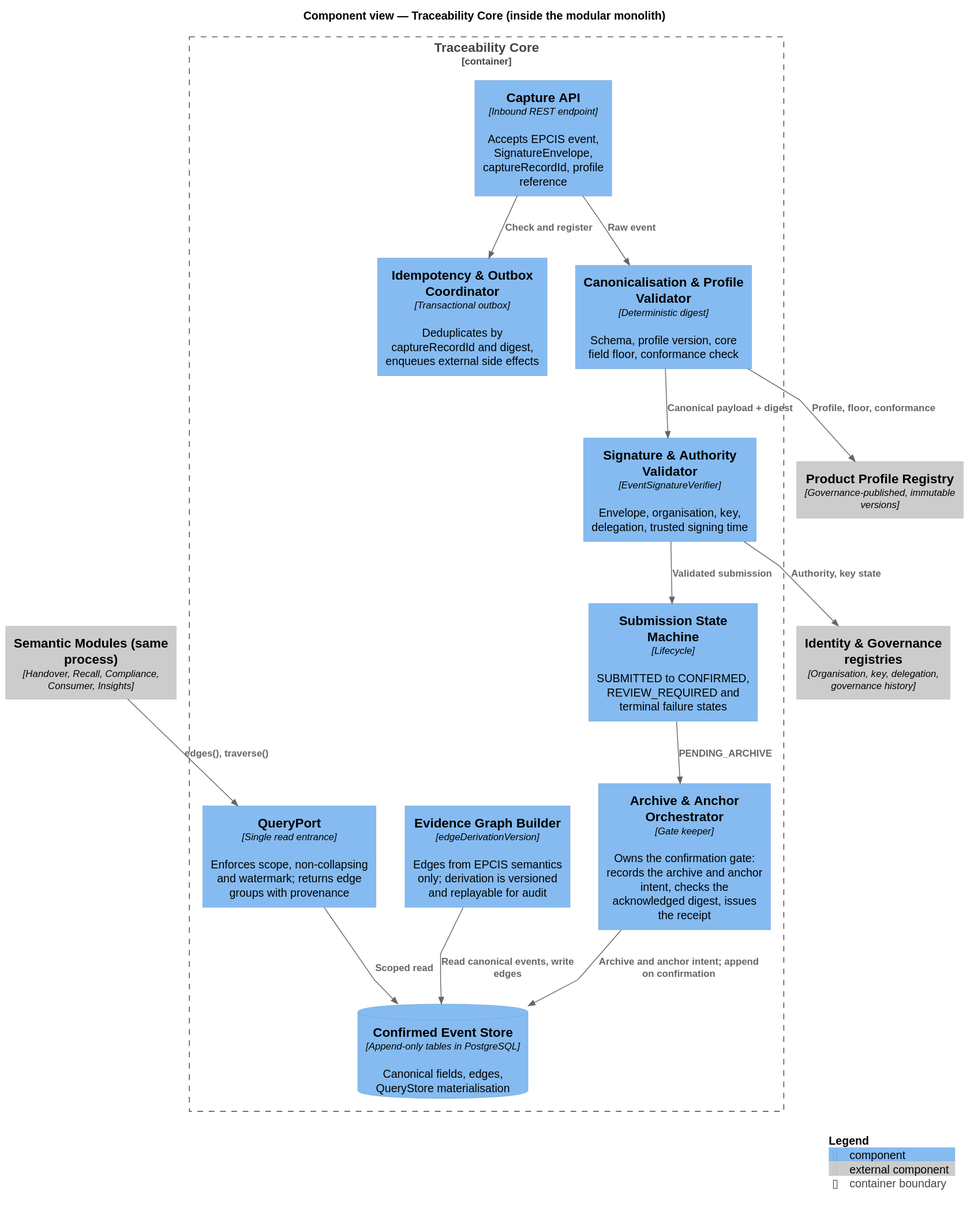
Before: docs/public/diagrams/core-component.svg, a diagram exported from PlantUML (kuangshen04/48433assignment).
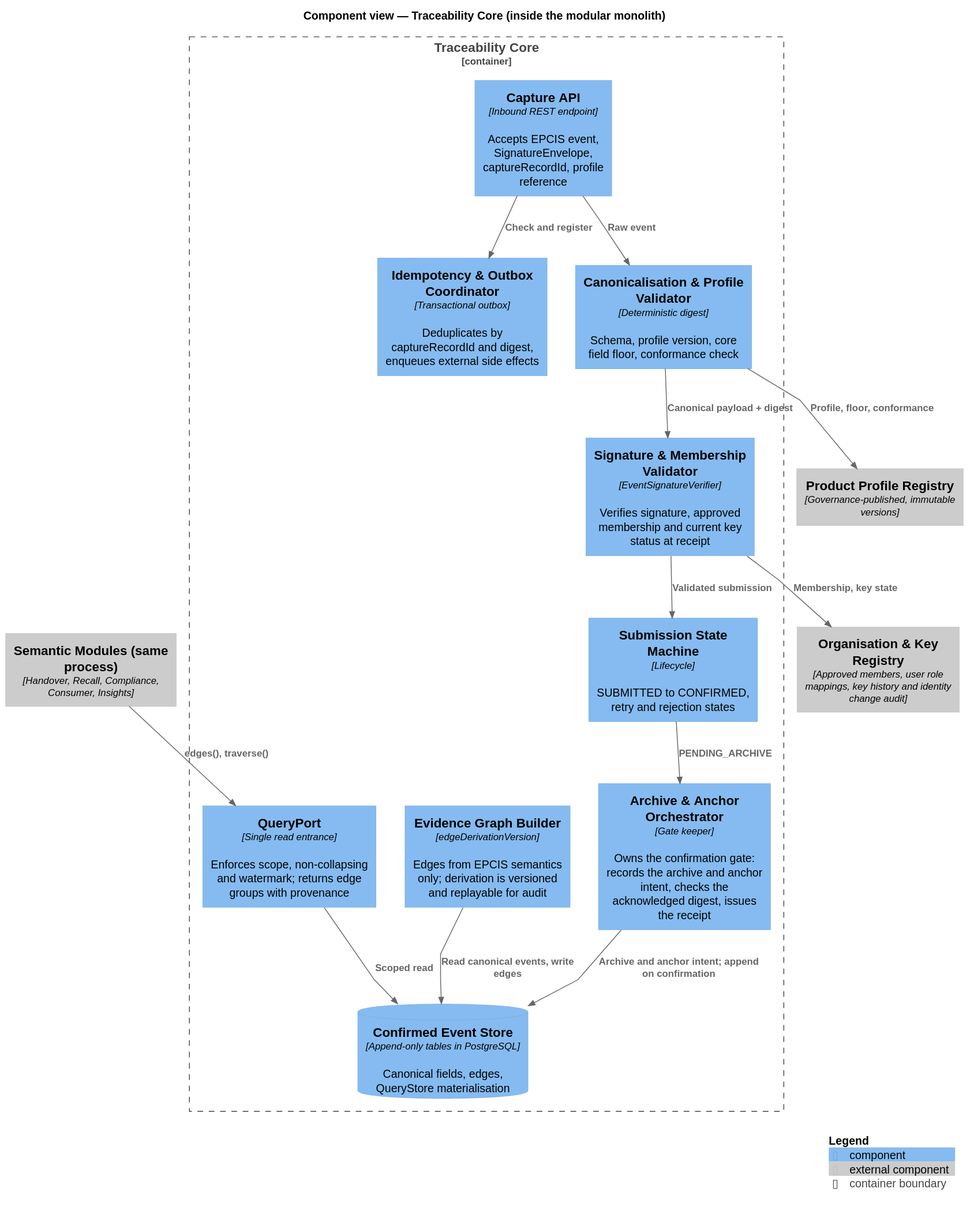
After the change.

Diff of the diagram source:
```diff
@@ -9,8 +9,8 @@
   Component(capture, "Capture API", "Inbound REST endpoint", "Accepts EPCIS event, SignatureEnvelope, captureRecordId, profile reference")
   Component(idem, "Idempotency & Outbox Coordinator", "Transactional outbox", "Deduplicates by captureRecordId and digest, enqueues external side effects")
   Component(canon, "Canonicalisation & Profile Validator", "Deterministic digest", "Schema, profile version, core field floor, conformance check")
-  Component(sig, "Signature & Authority Validator", "EventSignatureVerifier", "Envelope, organisation, key, delegation, trusted signing time")
-  Component(sm, "Submission State Machine", "Lifecycle", "SUBMITTED to CONFIRMED, REVIEW_REQUIRED and terminal failure states")
+  Component(sig, "Signature & Membership Validator", "EventSignatureVerifier", "Verifies signature, approved membership and current key status at receipt")
+  Component(sm, "Submission State Machine", "Lifecycle", "SUBMITTED to CONFIRMED, retry and rejection states")
   Component(orch, "Archive & Anchor Orchestrator", "Gate keeper", "Owns the confirmation gate: records the archive and anchor intent, checks the acknowledged digest, issues the receipt")
   Component(graph, "Evidence Graph Builder", "edgeDerivationVersion", "Edges from EPCIS semantics only; derivation is versioned and replayable for audit")
   ComponentDb(store, "Confirmed Event Store", "Append-only tables in PostgreSQL", "Canonical fields, edges, QueryStore materialisation")
@@ -18,7 +18,7 @@
 }
 
 Component_Ext(modules, "Semantic Modules (same process)", "Handover, Recall, Compliance, Consumer, Insights")
-Component_Ext(idgov, "Identity & Governance registries", "Organisation, key, delegation, governance history")
+Component_Ext(idgov, "Organisation & Key Registry", "Approved members, user role mappings, key history and identity change audit")
 Component_Ext(profiles, "Product Profile Registry", "Governance-published, immutable versions")
 
 Rel(capture, idem, "Check and register")
@@ -30,7 +30,7 @@
 Rel(graph, store, "Read canonical events, write edges")
 Rel_Down(query, store, "Scoped read")
 Rel(modules, query, "edges(), traverse()")
-Rel(sig, idgov, "Authority, key state")
+Rel(sig, idgov, "Membership, key state")
 Rel(canon, profiles, "Profile, floor, conformance")
 
 SHOW_LEGEND()
```
